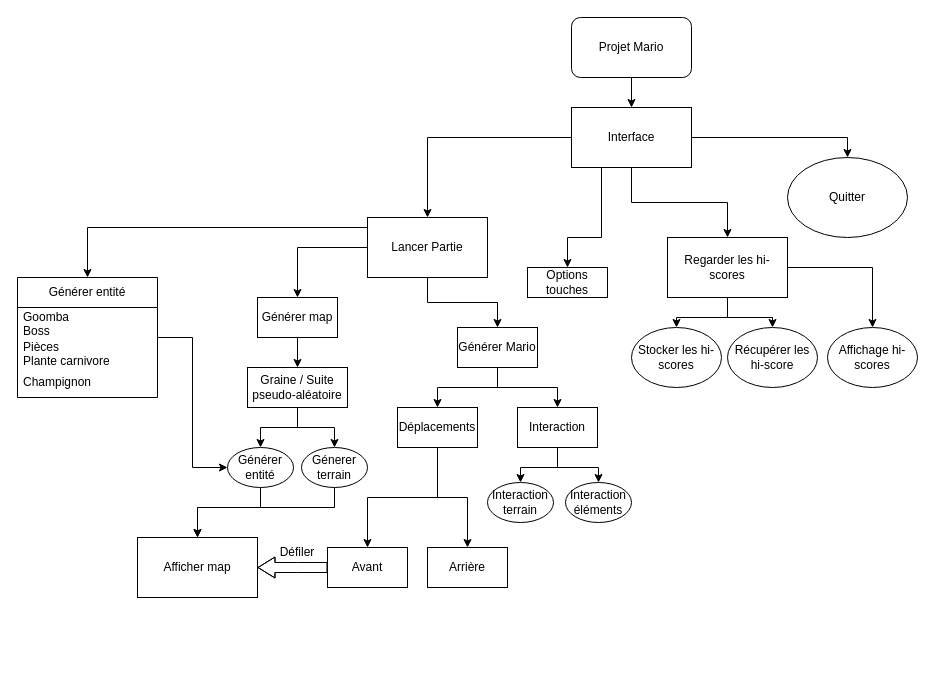
Before: Diagramme_mario.drawio in Fanfnix/Projet_Mario, a draw.io diagram. Source tidied: cells renumbered, new cells numbered last; positions are measured from the earlier drawing's top-left corner, leaving out a move shared by most shapes. Both pictures are drawn from the tidied source at 100%, with x=0, y=0 at pixel (17, 17).
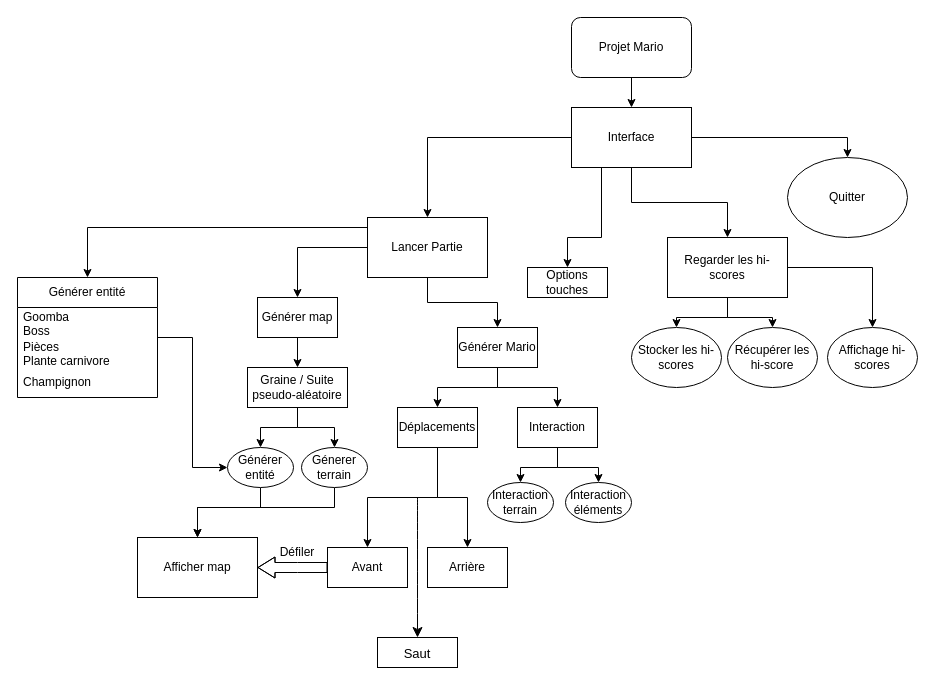
After the change.

Change to the diagram source:
```diff
@@
+    <mxCell id="53" style="endArrow=classic;html=1;rounded=0;fontSize=12;startSize=8;endSize=8;curved=1;" parent="1" edge="1">
+      <mxGeometry relative="1" as="geometry">
+        <mxPoint x="400" y="480" as="sourcePoint" />
+        <mxPoint x="400" y="620" as="targetPoint" />
+      </mxGeometry>
+    </mxCell>
+    <mxCell id="54" style="rounded=0;whiteSpace=wrap;html=1;" parent="1" vertex="1">
+      <mxGeometry x="360" y="620" width="80" height="30" as="geometry" />
+    </mxCell>
+    <mxCell id="55" value="&lt;font style=&quot;font-size: 13px;&quot;&gt;Saut&lt;/font&gt;" style="text;html=1;align=center;verticalAlign=middle;whiteSpace=wrap;rounded=0;fontSize=16;" parent="1" vertex="1">
+      <mxGeometry x="360" y="620" width="80" height="30" as="geometry" />
+    </mxCell>
```
